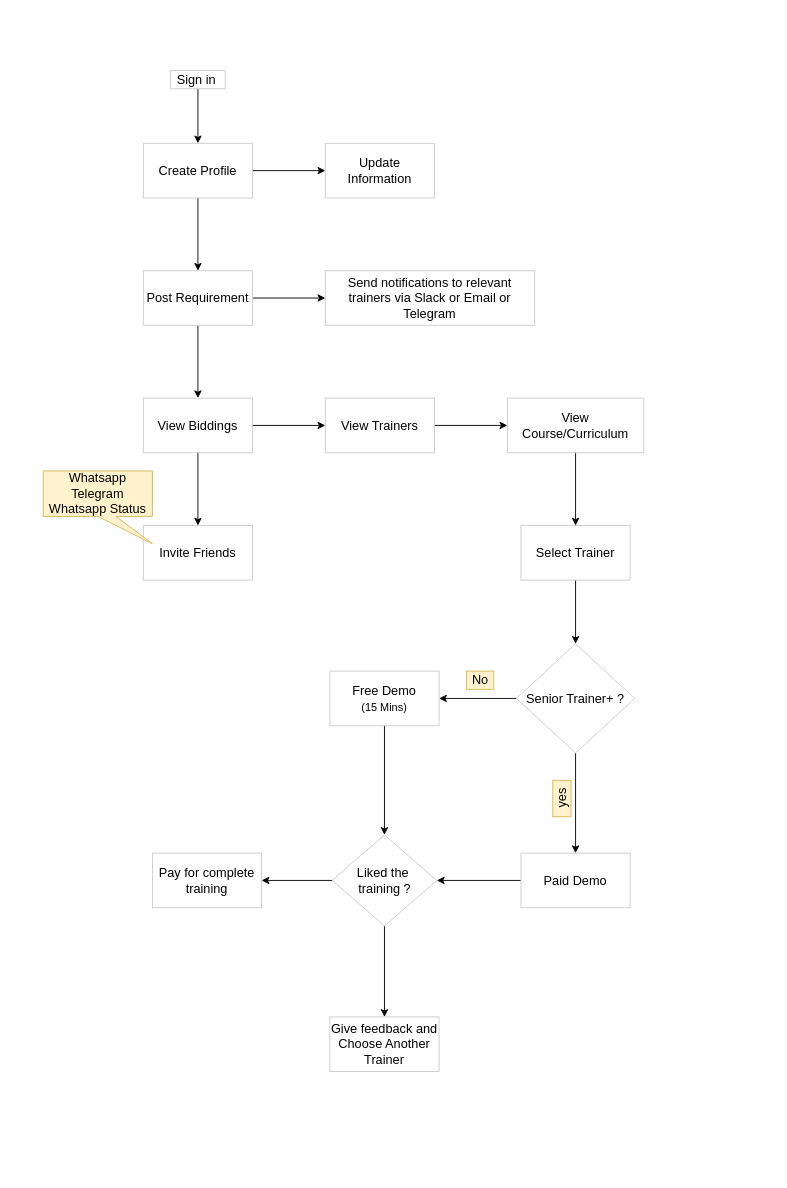
Above: sample.drawio in Arunideas/draw.io (draw.io), before the change. Source tidied: cells renumbered, new cells numbered last; positions are measured from the earlier drawing's top-left corner, leaving out a move shared by most shapes. Both pictures are drawn from the tidied source at 91%, with x=0, y=0 at pixel (43, 70).
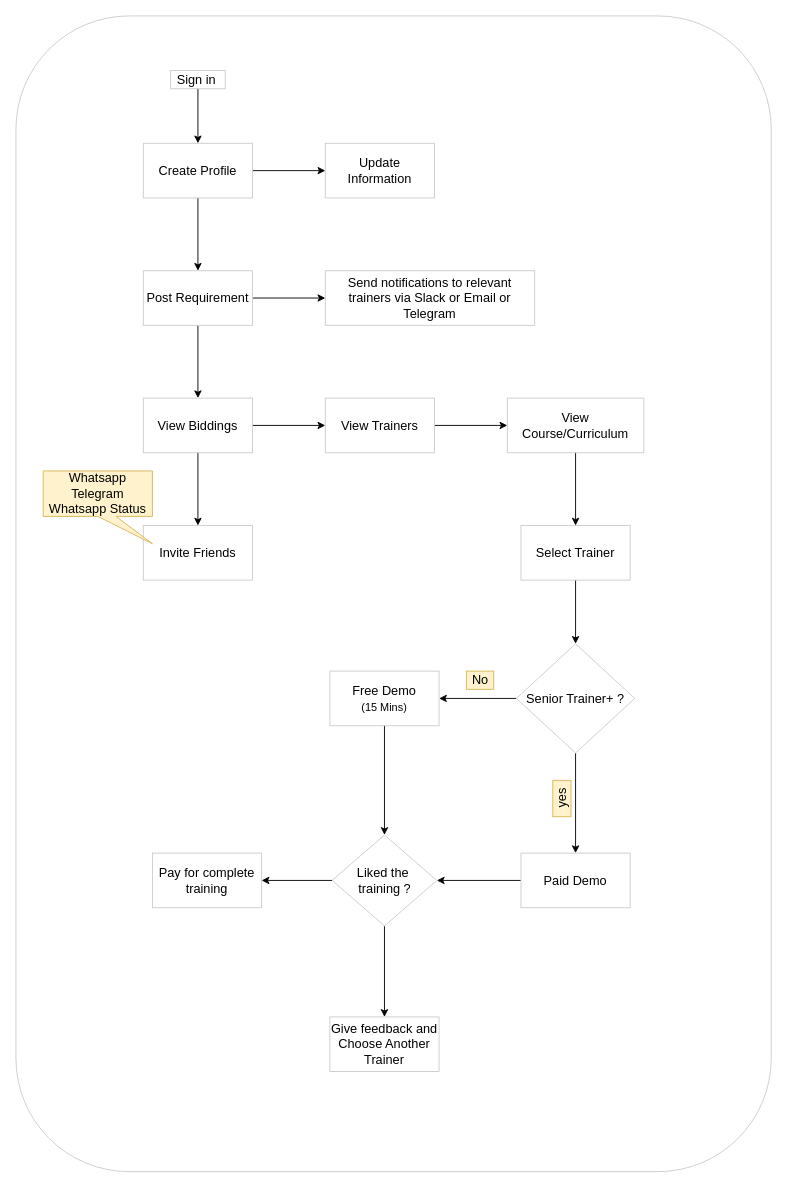
Above is the later version.

Change to the diagram source:
```diff
@@
+    <mxCell id="37" style="rounded=1;whiteSpace=wrap;html=1;fontSize=12;strokeColor=#CCCCCC;" parent="1" vertex="1">
+      <mxGeometry x="-30" y="-60" width="830" height="1270" as="geometry" />
+    </mxCell>
```
